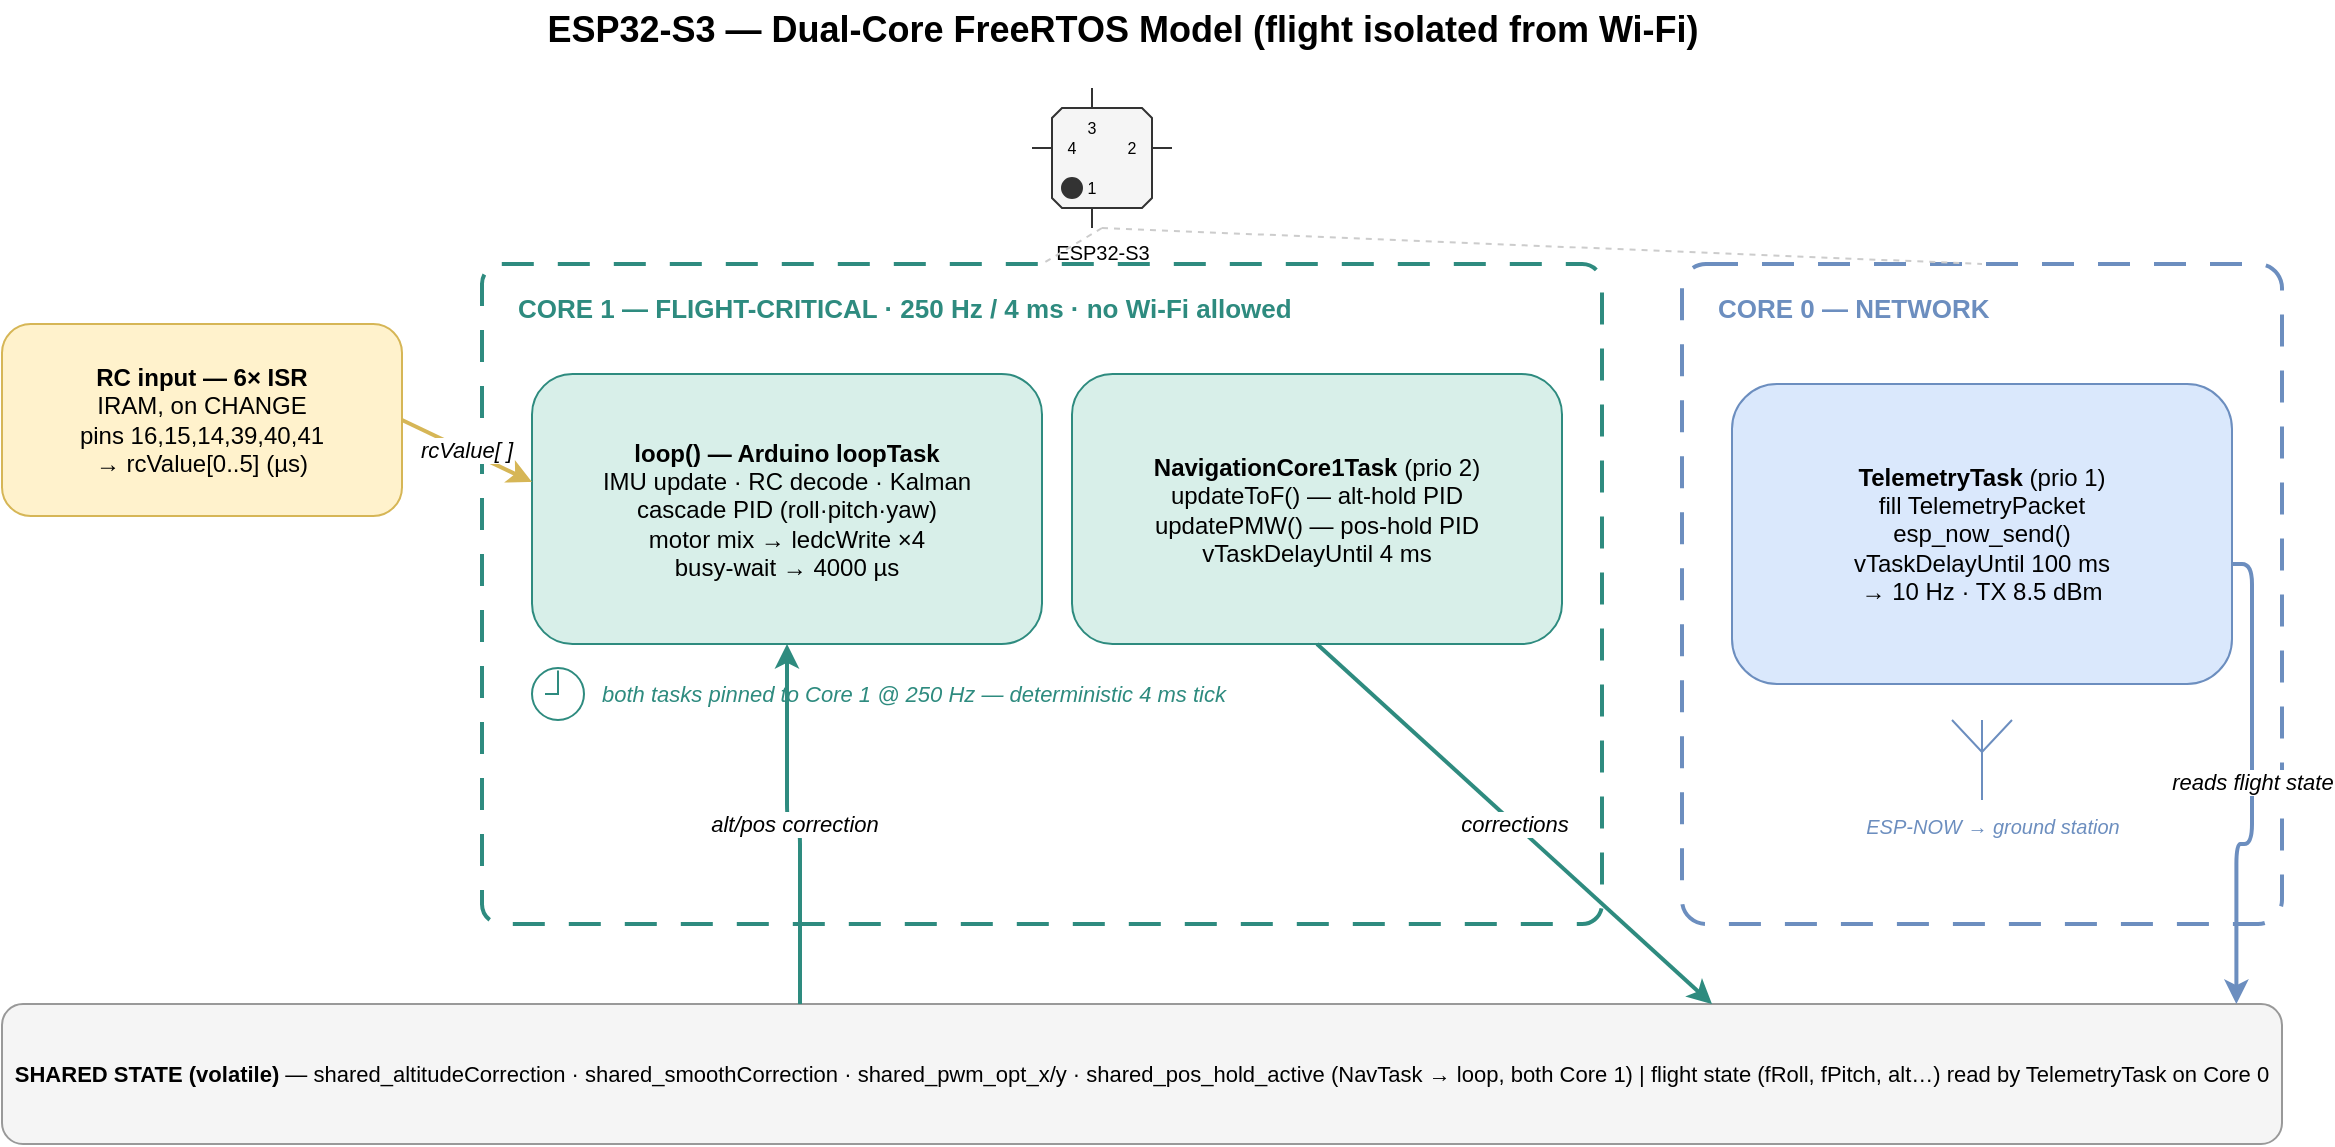
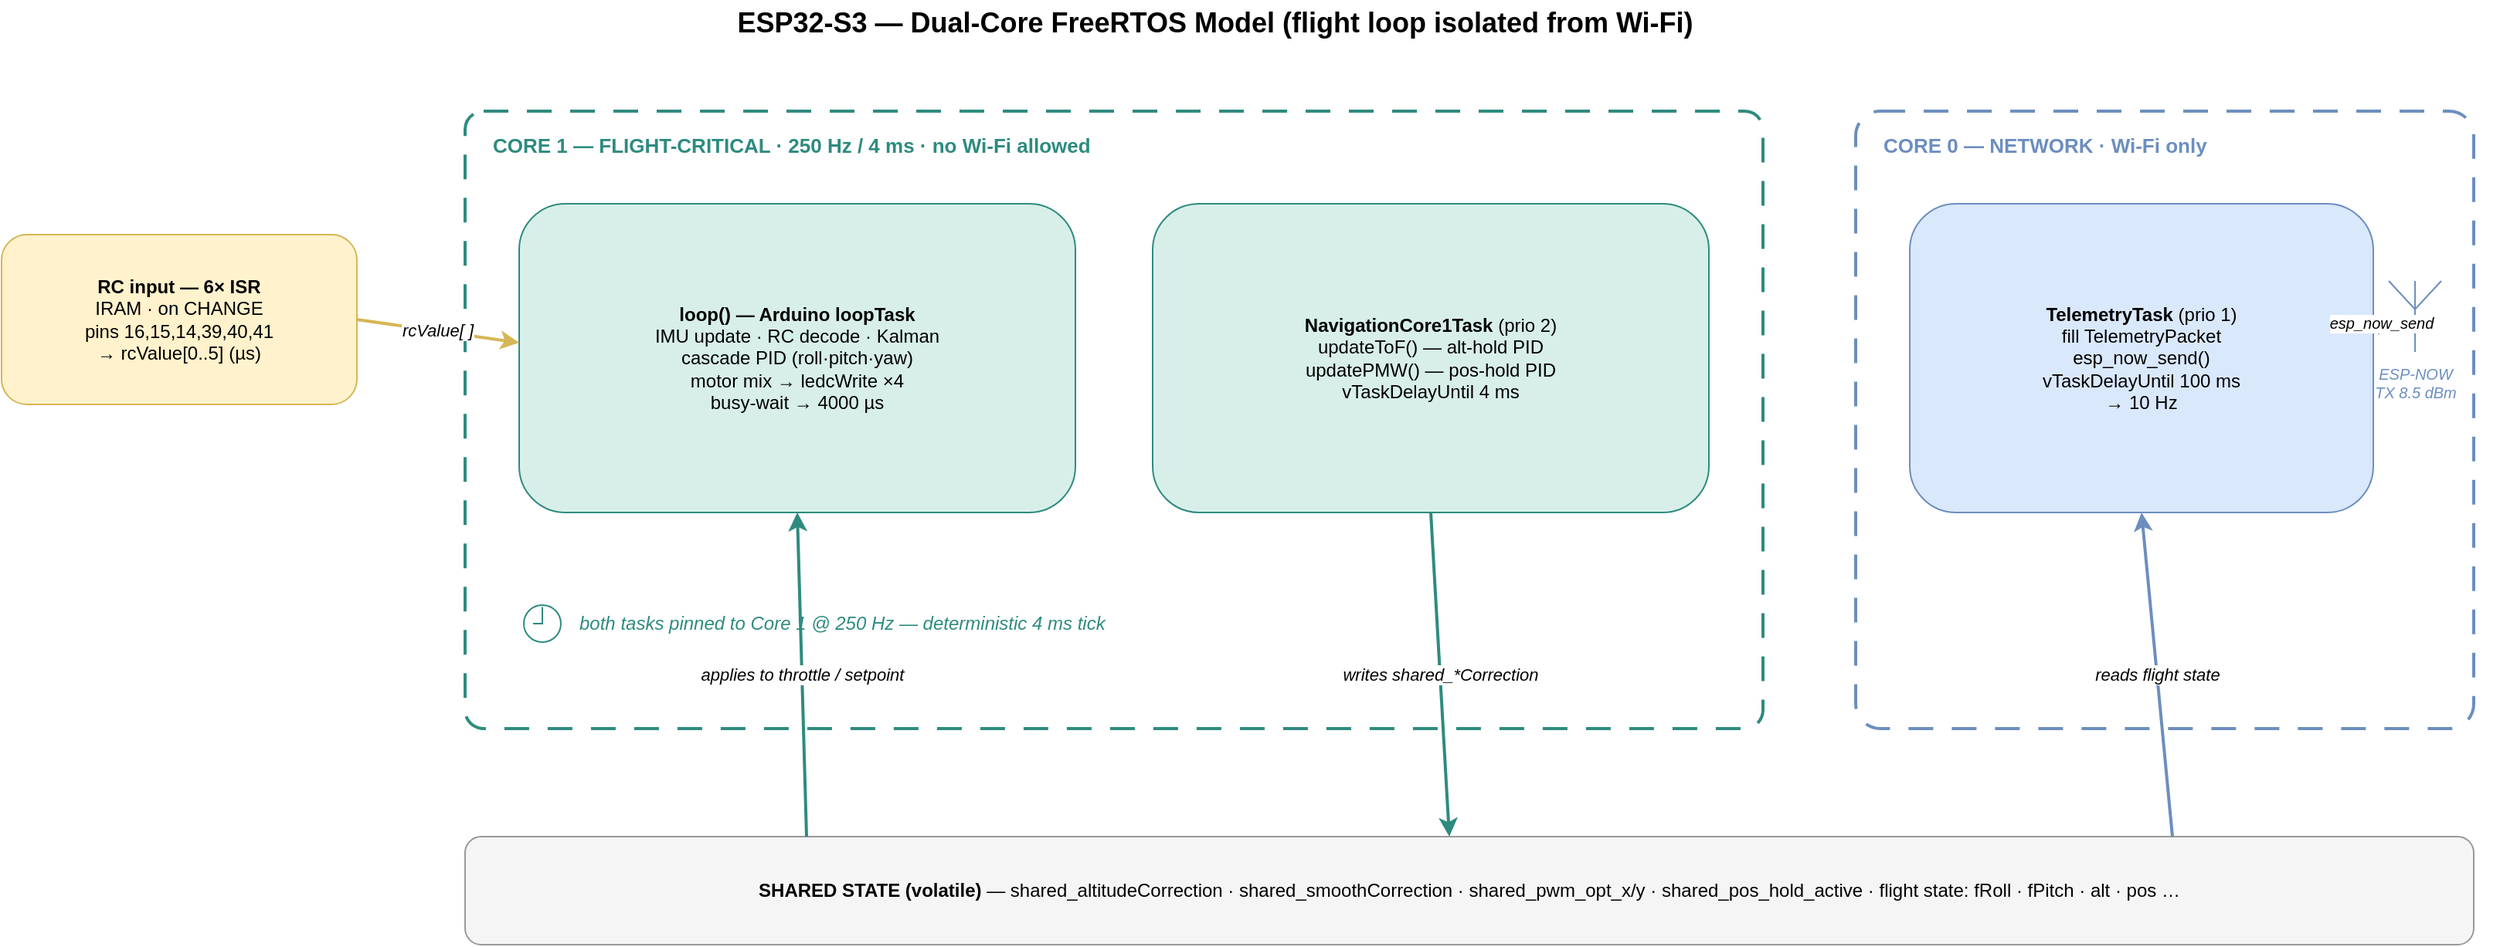
<?xml version="1.0" encoding="UTF-8"?>
<mxfile host="drawio" version="26.0.0">
  <diagram name="ESP32-Dual-Core-RTOS">
    <mxGraphModel dx="1400" dy="820" grid="1" gridSize="10" guides="1" tooltips="1" connect="1" arrows="1" fold="1" page="1" pageScale="1" math="0" shadow="0">
      <root>
        <mxCell id="0" />
        <mxCell id="1" parent="0" />

-         <mxCell id="ttl" value="ESP32-S3 — Dual-Core FreeRTOS Model  (flight isolated from Wi-Fi)" style="text;html=1;align=center;verticalAlign=middle;fontStyle=1;fontSize=18;" vertex="1" parent="1">
-           <mxGeometry x="80" y="18" width="1080" height="30" as="geometry" />
+         <mxCell id="ttl" value="ESP32-S3 — Dual-Core FreeRTOS Model  (flight loop isolated from Wi-Fi)" style="text;html=1;align=center;verticalAlign=middle;fontStyle=1;fontSize=18;" vertex="1" parent="1">
+           <mxGeometry x="300" y="18" width="1050" height="30" as="geometry" />
        </mxCell>

-         <!-- ESP32-S3 badge -->
-         <mxCell id="chip" value="ESP32-S3" style="shape=mxgraph.electrical.logic_gates.qfp_ic;html=1;fillColor=#f5f5f5;strokeColor=#333333;fontSize=10;verticalLabelPosition=bottom;verticalAlign=top;" vertex="1" parent="1">
-           <mxGeometry x="575" y="62" width="70" height="70" as="geometry" />
+         <!-- RC input -->
+         <mxCell id="rcIsr" value="&lt;b&gt;RC input — 6× ISR&lt;/b&gt;&#xa;IRAM · on CHANGE&#xa;pins 16,15,14,39,40,41&#xa;→ rcValue[0..5] (µs)" style="rounded=1;whiteSpace=wrap;html=1;fillColor=#fff2cc;strokeColor=#d6b656;fontSize=12;align=center;verticalAlign=middle;" vertex="1" parent="1">
+           <mxGeometry x="40" y="170" width="230" height="110" as="geometry" />
        </mxCell>

-         <!-- RC ISRs -->
-         <mxCell id="rcIsr" value="&lt;b&gt;RC input — 6× ISR&lt;/b&gt;&#xa;IRAM, on CHANGE&#xa;pins 16,15,14,39,40,41&#xa;→ rcValue[0..5] (µs)" style="rounded=1;whiteSpace=wrap;html=1;fillColor=#fff2cc;strokeColor=#d6b656;fontSize=12;align=center;verticalAlign=middle;" vertex="1" parent="1">
-           <mxGeometry x="60" y="180" width="200" height="96" as="geometry" />
+         <!-- CORE 1 box -->
+         <mxCell id="core1" value="CORE 1 — FLIGHT-CRITICAL  ·  250 Hz / 4 ms  ·  no Wi-Fi allowed" style="rounded=1;arcSize=3;whiteSpace=wrap;html=1;fillColor=none;strokeColor=#2E8B7F;dashed=1;dashPattern=8 6;strokeWidth=2;verticalAlign=top;align=left;spacingLeft=16;spacingTop=8;fontSize=13;fontStyle=1;fontColor=#2E8B7F;" vertex="1" parent="1">
+           <mxGeometry x="340" y="90" width="840" height="400" as="geometry" />
+         </mxCell>
+         <mxCell id="loopTask" value="&lt;b&gt;loop()  — Arduino loopTask&lt;/b&gt;&#xa;IMU update · RC decode · Kalman&#xa;cascade PID (roll·pitch·yaw)&#xa;motor mix → ledcWrite ×4&#xa;busy-wait → 4000 µs" style="rounded=1;whiteSpace=wrap;html=1;fillColor=#d8efe9;strokeColor=#2E8B7F;fontSize=12;align=center;verticalAlign=middle;" vertex="1" parent="1">
+           <mxGeometry x="375" y="150" width="360" height="200" as="geometry" />
+         </mxCell>
+         <mxCell id="navTask" value="&lt;b&gt;NavigationCore1Task&lt;/b&gt; (prio 2)&#xa;updateToF() — alt-hold PID&#xa;updatePMW() — pos-hold PID&#xa;vTaskDelayUntil 4 ms" style="rounded=1;whiteSpace=wrap;html=1;fillColor=#d8efe9;strokeColor=#2E8B7F;fontSize=12;align=center;verticalAlign=middle;" vertex="1" parent="1">
+           <mxGeometry x="785" y="150" width="360" height="200" as="geometry" />
+         </mxCell>
+         <mxCell id="clk1" value="" style="shape=mxgraph.ios7.icons.clock;html=1;strokeColor=#2E8B7F;fillColor=none;" vertex="1" parent="1">
+           <mxGeometry x="378" y="410" width="24" height="24" as="geometry" />
+         </mxCell>
+         <mxCell id="clk1t" value="both tasks pinned to Core 1 @ 250 Hz — deterministic 4 ms tick" style="text;html=1;align=left;verticalAlign=middle;fontSize=12;fontColor=#2E8B7F;fontStyle=2;" vertex="1" parent="1">
+           <mxGeometry x="412" y="410" width="500" height="24" as="geometry" />
        </mxCell>

-         <!-- CORE 1 card -->
-         <mxCell id="core1" value="CORE 1 — FLIGHT-CRITICAL  ·  250 Hz / 4 ms  ·  no Wi-Fi allowed" style="rounded=1;arcSize=3;whiteSpace=wrap;html=1;fillColor=none;strokeColor=#2E8B7F;dashed=1;dashPattern=8 6;strokeWidth=2;verticalAlign=top;align=left;spacingLeft=16;spacingTop=8;fontSize=13;fontStyle=1;fontColor=#2E8B7F;" vertex="1" parent="1">
-           <mxGeometry x="300" y="150" width="560" height="330" as="geometry" />
+         <!-- CORE 0 box -->
+         <mxCell id="core0" value="CORE 0 — NETWORK  ·  Wi-Fi only" style="rounded=1;arcSize=4;whiteSpace=wrap;html=1;fillColor=none;strokeColor=#6c8ebf;dashed=1;dashPattern=8 6;strokeWidth=2;verticalAlign=top;align=left;spacingLeft=16;spacingTop=8;fontSize=13;fontStyle=1;fontColor=#6c8ebf;" vertex="1" parent="1">
+           <mxGeometry x="1240" y="90" width="400" height="400" as="geometry" />
        </mxCell>
-         <mxCell id="loopTask" value="&lt;b&gt;loop()  — Arduino loopTask&lt;/b&gt;&#xa;IMU update · RC decode · Kalman&#xa;cascade PID (roll·pitch·yaw)&#xa;motor mix → ledcWrite ×4&#xa;busy-wait → 4000 µs" style="rounded=1;whiteSpace=wrap;html=1;fillColor=#d8efe9;strokeColor=#2E8B7F;fontSize=12;align=center;verticalAlign=middle;" vertex="1" parent="1">
-           <mxGeometry x="325" y="205" width="255" height="135" as="geometry" />
-         </mxCell>
-         <mxCell id="navTask" value="&lt;b&gt;NavigationCore1Task&lt;/b&gt; (prio 2)&#xa;updateToF() — alt-hold PID&#xa;updatePMW() — pos-hold PID&#xa;vTaskDelayUntil 4 ms" style="rounded=1;whiteSpace=wrap;html=1;fillColor=#d8efe9;strokeColor=#2E8B7F;fontSize=12;align=center;verticalAlign=middle;" vertex="1" parent="1">
-           <mxGeometry x="595" y="205" width="245" height="135" as="geometry" />
-         </mxCell>
-         <mxCell id="clk1" value="" style="shape=mxgraph.ios7.icons.clock;html=1;strokeColor=#2E8B7F;fillColor=none;" vertex="1" parent="1">
-           <mxGeometry x="325" y="352" width="26" height="26" as="geometry" />
-         </mxCell>
-         <mxCell id="clk1t" value="both tasks pinned to Core 1 @ 250 Hz — deterministic 4 ms tick" style="text;html=1;align=left;verticalAlign=middle;fontSize=11;fontColor=#2E8B7F;fontStyle=2;" vertex="1" parent="1">
-           <mxGeometry x="358" y="352" width="480" height="26" as="geometry" />
-         </mxCell>
- 
-         <!-- CORE 0 card -->
-         <mxCell id="core0" value="CORE 0 — NETWORK" style="rounded=1;arcSize=4;whiteSpace=wrap;html=1;fillColor=none;strokeColor=#6c8ebf;dashed=1;dashPattern=8 6;strokeWidth=2;verticalAlign=top;align=left;spacingLeft=16;spacingTop=8;fontSize=13;fontStyle=1;fontColor=#6c8ebf;" vertex="1" parent="1">
-           <mxGeometry x="900" y="150" width="300" height="330" as="geometry" />
-         </mxCell>
-         <mxCell id="teleTask" value="&lt;b&gt;TelemetryTask&lt;/b&gt; (prio 1)&#xa;fill TelemetryPacket&#xa;esp_now_send()&#xa;vTaskDelayUntil 100 ms&#xa;→ 10 Hz · TX 8.5 dBm" style="rounded=1;whiteSpace=wrap;html=1;fillColor=#dae8fc;strokeColor=#6c8ebf;fontSize=12;align=center;verticalAlign=middle;" vertex="1" parent="1">
-           <mxGeometry x="925" y="210" width="250" height="150" as="geometry" />
+         <mxCell id="teleTask" value="&lt;b&gt;TelemetryTask&lt;/b&gt; (prio 1)&#xa;fill TelemetryPacket&#xa;esp_now_send()&#xa;vTaskDelayUntil 100 ms&#xa;→ 10 Hz" style="rounded=1;whiteSpace=wrap;html=1;fillColor=#dae8fc;strokeColor=#6c8ebf;fontSize=12;align=center;verticalAlign=middle;" vertex="1" parent="1">
+           <mxGeometry x="1275" y="150" width="300" height="200" as="geometry" />
        </mxCell>
        <mxCell id="ant" value="" style="shape=mxgraph.electrical.radio.aerial_-_antenna_1;html=1;strokeColor=#6c8ebf;fillColor=none;verticalLabelPosition=bottom;verticalAlign=top;" vertex="1" parent="1">
-           <mxGeometry x="1035" y="378" width="30" height="40" as="geometry" />
+           <mxGeometry x="1585" y="200" width="34" height="46" as="geometry" />
        </mxCell>
-         <mxCell id="antt" value="ESP-NOW → ground station" style="text;html=1;align=center;verticalAlign=middle;fontSize=10;fontColor=#6c8ebf;fontStyle=2;" vertex="1" parent="1">
-           <mxGeometry x="980" y="422" width="150" height="18" as="geometry" />
+         <mxCell id="antt" value="ESP-NOW&#xa;TX 8.5 dBm" style="text;html=1;align=center;verticalAlign=middle;fontSize=10;fontColor=#6c8ebf;fontStyle=2;" vertex="1" parent="1">
+           <mxGeometry x="1548" y="252" width="108" height="28" as="geometry" />
        </mxCell>

        <!-- SHARED STATE -->
-         <mxCell id="shared" value="&lt;b&gt;SHARED STATE (volatile)&lt;/b&gt;  —  shared_altitudeCorrection · shared_smoothCorrection · shared_pwm_opt_x/y · shared_pos_hold_active   (NavTask → loop, both Core 1)   |   flight state (fRoll, fPitch, alt…) read by TelemetryTask on Core 0" style="rounded=1;whiteSpace=wrap;html=1;fillColor=#f5f5f5;strokeColor=#999999;fontSize=11;align=center;verticalAlign=middle;" vertex="1" parent="1">
-           <mxGeometry x="60" y="520" width="1140" height="70" as="geometry" />
+         <mxCell id="shared" value="&lt;b&gt;SHARED STATE (volatile)&lt;/b&gt;   —   shared_altitudeCorrection · shared_smoothCorrection · shared_pwm_opt_x/y · shared_pos_hold_active   ·   flight state: fRoll · fPitch · alt · pos …" style="rounded=1;whiteSpace=wrap;html=1;fillColor=#f5f5f5;strokeColor=#999999;fontSize=12;align=center;verticalAlign=middle;" vertex="1" parent="1">
+           <mxGeometry x="340" y="560" width="1300" height="70" as="geometry" />
        </mxCell>

        <!-- edges -->
-         <mxCell id="e_rc" value="rcValue[ ]" style="html=1;endArrow=classic;strokeColor=#d6b656;strokeWidth=2;fontSize=11;fontStyle=2;labelBackgroundColor=#ffffff;exitX=1;exitY=0.5;entryX=0;entryY=0.4;" edge="1" parent="1" source="rcIsr" target="loopTask"><mxGeometry relative="1" as="geometry" /></mxCell>
-         <mxCell id="e_chip1" style="html=1;endArrow=none;strokeColor=#cccccc;dashed=1;exitX=0.5;exitY=1;entryX=0.5;entryY=0;" edge="1" parent="1" source="chip" target="core1"><mxGeometry relative="1" as="geometry" /></mxCell>
-         <mxCell id="e_chip0" style="html=1;endArrow=none;strokeColor=#cccccc;dashed=1;exitX=0.5;exitY=1;entryX=0.5;entryY=0;" edge="1" parent="1" source="chip" target="core0"><mxGeometry relative="1" as="geometry" /></mxCell>
-         <mxCell id="e_nav_shared" value="corrections" style="html=1;endArrow=classic;strokeColor=#2E8B7F;strokeWidth=2;fontSize=11;fontStyle=2;labelBackgroundColor=#ffffff;exitX=0.5;exitY=1;entryX=0.75;entryY=0;" edge="1" parent="1" source="navTask" target="shared"><mxGeometry relative="1" as="geometry" /></mxCell>
-         <mxCell id="e_shared_loop" value="alt/pos correction" style="edgeStyle=orthogonalEdgeStyle;html=1;endArrow=classic;strokeColor=#2E8B7F;strokeWidth=2;fontSize=11;fontStyle=2;labelBackgroundColor=#ffffff;exitX=0.35;exitY=0;entryX=0.5;entryY=1;" edge="1" parent="1" source="shared" target="loopTask"><mxGeometry relative="1" as="geometry" /></mxCell>
-         <mxCell id="e_tele_shared" value="reads flight state" style="edgeStyle=orthogonalEdgeStyle;html=1;endArrow=classic;strokeColor=#6c8ebf;strokeWidth=2;fontSize=11;fontStyle=2;labelBackgroundColor=#ffffff;exitX=1;exitY=0.6;entryX=0.98;entryY=0;" edge="1" parent="1" source="teleTask" target="shared"><mxGeometry relative="1" as="geometry" /></mxCell>
+         <mxCell id="e_rc" value="rcValue[ ]" style="html=1;endArrow=classic;strokeColor=#d6b656;strokeWidth=2;fontSize=11;fontStyle=2;labelBackgroundColor=#ffffff;exitX=1;exitY=0.5;entryX=0;entryY=0.45;" edge="1" parent="1" source="rcIsr" target="loopTask"><mxGeometry relative="1" as="geometry" /></mxCell>
+ 
+         <!-- NavTask writes corrections down to shared (vertical, under NavTask) -->
+         <mxCell id="e_nav_write" value="writes shared_*Correction" style="html=1;endArrow=classic;strokeColor=#2E8B7F;strokeWidth=2;fontSize=11;fontStyle=2;labelBackgroundColor=#ffffff;exitX=0.5;exitY=1;entryX=0.49;entryY=0;" edge="1" parent="1" source="navTask" target="shared"><mxGeometry relative="1" as="geometry" /></mxCell>
+ 
+         <!-- shared feeds corrections up to loop (vertical, under loop) -->
+         <mxCell id="e_loop_read" value="applies to throttle / setpoint" style="html=1;endArrow=classic;strokeColor=#2E8B7F;strokeWidth=2;fontSize=11;fontStyle=2;labelBackgroundColor=#ffffff;exitX=0.17;exitY=0;entryX=0.5;entryY=1;" edge="1" parent="1" source="shared" target="loopTask"><mxGeometry relative="1" as="geometry" /></mxCell>
+ 
+         <!-- shared feeds flight state up to telemetry (vertical) -->
+         <mxCell id="e_tele_read" value="reads flight state" style="html=1;endArrow=classic;strokeColor=#6c8ebf;strokeWidth=2;fontSize=11;fontStyle=2;labelBackgroundColor=#ffffff;exitX=0.85;exitY=0;entryX=0.5;entryY=1;" edge="1" parent="1" source="shared" target="teleTask"><mxGeometry relative="1" as="geometry" /></mxCell>
+ 
+         <!-- telemetry -> antenna (ESP-NOW out) -->
+         <mxCell id="e_tx" value="esp_now_send" style="html=1;endArrow=classic;strokeColor=#6c8ebf;strokeWidth=2;fontSize=10;fontStyle=2;labelBackgroundColor=#ffffff;exitX=1;exitY=0.4;entryX=0;entryY=0.5;" edge="1" parent="1" source="teleTask" target="ant"><mxGeometry relative="1" as="geometry" /></mxCell>

      </root>
    </mxGraphModel>
  </diagram>
</mxfile>
